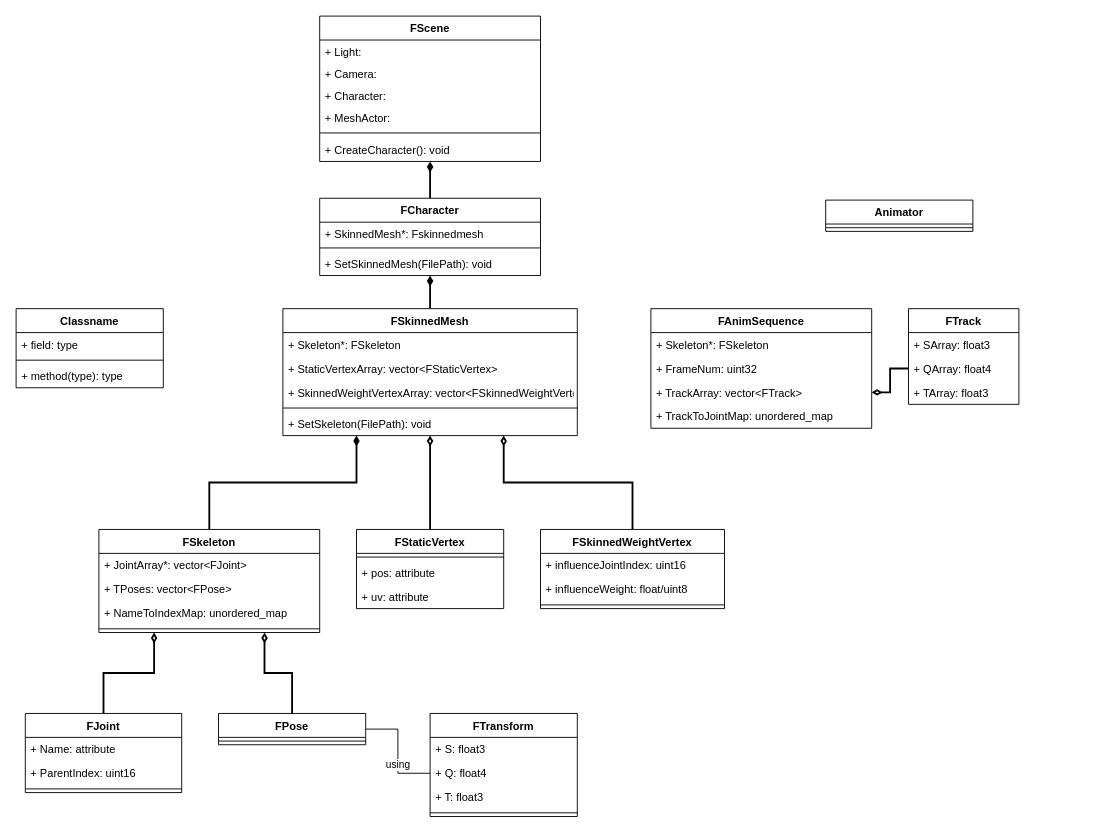
Earlier version of the draw.io diagram UML_SkeletonMesh.drawio (Mag357num/D3D12DrawMesh). Source tidied: cells renumbered, new cells numbered last; positions are measured from the earlier drawing's top-left corner, leaving out a move shared by most shapes. Both pictures are drawn from the tidied source at 92%, with x=0, y=0 at pixel (16, 16).
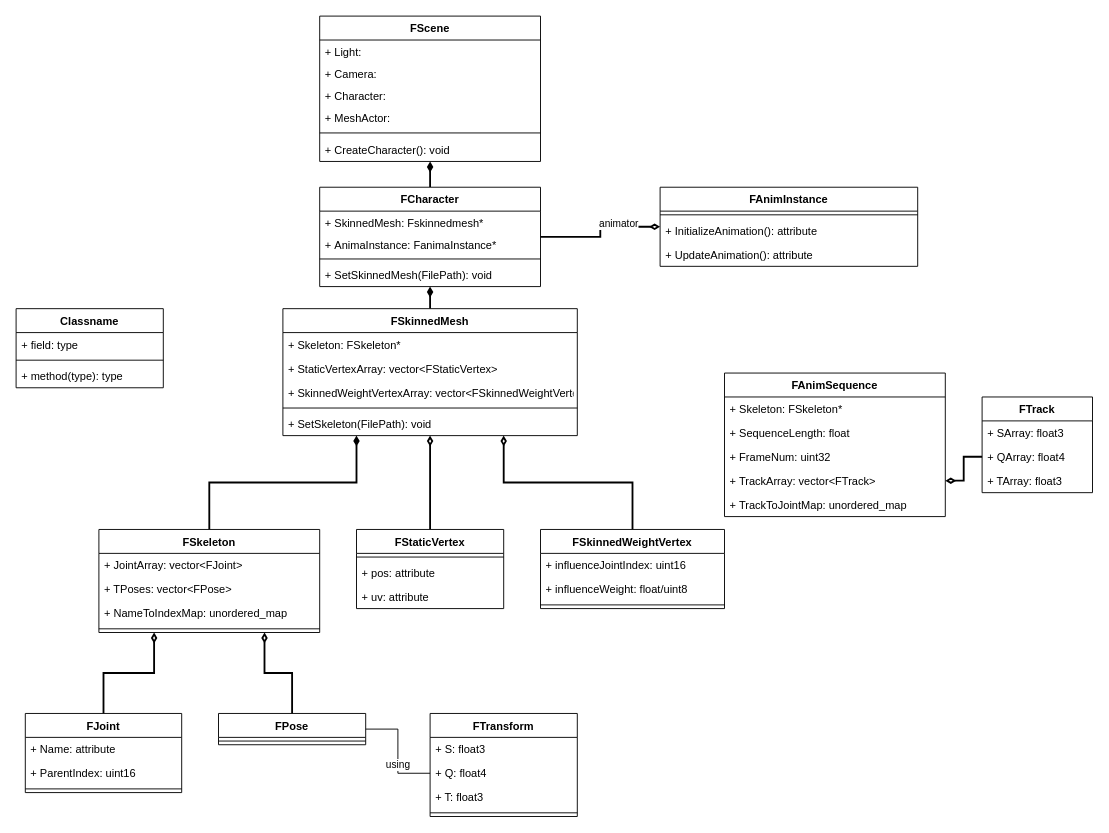
The same page after the edit.

Unchanged cells that the change refers to:
```xml
<mxCell id="13" value="FSkinnedMesh" style="swimlane;fontStyle=1;align=center;verticalAlign=top;horizontal=1;startSize=26;" parent="1" vertex="1">
  <mxGeometry x="290" y="318" width="320" height="138" as="geometry" />
</mxCell>
<mxCell id="28" value="FSkeleton" style="swimlane;fontStyle=1;align=center;verticalAlign=top;horizontal=1;startSize=26;" parent="1" vertex="1">
  <mxGeometry x="90" y="558" width="240" height="112" as="geometry" />
</mxCell>
```

What changed in the source:
```diff
@@
+    <mxCell id="68" style="edgeStyle=orthogonalEdgeStyle;rounded=0;jettySize=auto;html=1;endArrow=diamondThin;endFill=0;strokeWidth=2;" parent="1" edge="1" source="3" target="72">
+      <mxGeometry relative="1" as="geometry" />
+    </mxCell>
+    <mxCell id="69" value="animator" style="edgeLabel;html=1;align=center;verticalAlign=middle;" parent="68" vertex="1">
+      <mxGeometry x="0.35" y="4" relative="1" as="geometry" />
+    </mxCell>
     <mxCell id="3" value="FCharacter" style="swimlane;fontStyle=1;align=center;verticalAlign=top;horizontal=1;startSize=26;" parent="1" vertex="1">
-      <mxGeometry x="330" y="198" width="240" height="84" as="geometry" />
+      <mxGeometry x="330" y="186" width="240" height="108" as="geometry" />
     </mxCell>
-    <mxCell id="4" value="+ SkinnedMesh*: Fskinnedmesh" style="text;strokeColor=none;fillColor=none;align=left;verticalAlign=top;spacingLeft=4;spacingRight=4;overflow=hidden;" parent="3" vertex="1">
+    <mxCell id="4" value="+ SkinnedMesh: Fskinnedmesh*" style="text;strokeColor=none;fillColor=none;align=left;verticalAlign=top;spacingLeft=4;spacingRight=4;overflow=hidden;" parent="3" vertex="1">
       <mxGeometry y="26" width="240" height="24" as="geometry" />
     </mxCell>
+    <mxCell id="70" value="+ AnimaInstance: FanimaInstance*" style="text;strokeColor=none;fillColor=none;align=left;verticalAlign=top;spacingLeft=4;spacingRight=4;overflow=hidden;" parent="3" vertex="1">
+      <mxGeometry y="50" width="240" height="24" as="geometry" />
+    </mxCell>
     <mxCell id="5" style="line;strokeWidth=1;fillColor=none;align=left;verticalAlign=middle;spacingTop=-1;spacingLeft=3;spacingRight=3;labelPosition=right;" parent="3" vertex="1">
-      <mxGeometry y="50" width="240" height="8" as="geometry" />
+      <mxGeometry y="74" width="240" height="8" as="geometry" />
     </mxCell>
     <mxCell id="6" value="+ SetSkinnedMesh(FilePath): void" style="text;strokeColor=none;fillColor=none;align=left;verticalAlign=top;spacingLeft=4;spacingRight=4;overflow=hidden;" parent="3" vertex="1">
-      <mxGeometry y="58" width="240" height="26" as="geometry" />
+      <mxGeometry y="82" width="240" height="26" as="geometry" />
     </mxCell>
-    <mxCell id="7" value="Animator" style="swimlane;fontStyle=1;align=center;verticalAlign=top;horizontal=1;startSize=26;" parent="1" vertex="1">
-      <mxGeometry x="880" y="200" width="160" height="34" as="geometry" />
-    </mxCell>
-    <mxCell id="8" style="line;strokeWidth=1;fillColor=none;align=left;verticalAlign=middle;spacingTop=-1;spacingLeft=3;spacingRight=3;labelPosition=right;" parent="7" vertex="1">
-      <mxGeometry y="26" width="160" height="8" as="geometry" />
-    </mxCell>
@@
-    <mxCell id="14" value="+ Skeleton*: FSkeleton" style="text;strokeColor=none;fillColor=none;align=left;verticalAlign=top;spacingLeft=4;spacingRight=4;overflow=hidden;" parent="13" vertex="1">
+    <mxCell id="14" value="+ Skeleton: FSkeleton*" style="text;strokeColor=none;fillColor=none;align=left;verticalAlign=top;spacingLeft=4;spacingRight=4;overflow=hidden;" parent="13" vertex="1">
       <mxGeometry y="26" width="320" height="26" as="geometry" />
     </mxCell>
@@
-    <mxCell id="29" value="+ JointArray*: vector&lt;FJoint&gt;" style="text;strokeColor=none;fillColor=none;align=left;verticalAlign=top;spacingLeft=4;spacingRight=4;overflow=hidden;" parent="28" vertex="1">
+    <mxCell id="29" value="+ JointArray: vector&lt;FJoint&gt;" style="text;strokeColor=none;fillColor=none;align=left;verticalAlign=top;spacingLeft=4;spacingRight=4;overflow=hidden;" parent="28" vertex="1">
       <mxGeometry y="26" width="240" height="26" as="geometry" />
     </mxCell>
@@
     <mxCell id="34" value="FAnimSequence" style="swimlane;fontStyle=1;horizontal=1;startSize=26;fillColor=none;" parent="1" vertex="1">
-      <mxGeometry x="690" y="318" width="240" height="130" as="geometry" />
+      <mxGeometry x="770" y="388" width="240" height="156" as="geometry" />
     </mxCell>
-    <mxCell id="35" value="+ Skeleton*: FSkeleton" style="text;strokeColor=none;fillColor=none;align=left;verticalAlign=top;spacingLeft=4;spacingRight=4;overflow=hidden;" parent="34" vertex="1">
+    <mxCell id="35" value="+ Skeleton: FSkeleton*" style="text;strokeColor=none;fillColor=none;align=left;verticalAlign=top;spacingLeft=4;spacingRight=4;overflow=hidden;" parent="34" vertex="1">
       <mxGeometry y="26" width="240" height="26" as="geometry" />
     </mxCell>
+    <mxCell id="71" value="+ SequenceLength: float" style="text;strokeColor=none;fillColor=none;align=left;verticalAlign=top;spacingLeft=4;spacingRight=4;overflow=hidden;" parent="34" vertex="1">
+      <mxGeometry y="52" width="240" height="26" as="geometry" />
+    </mxCell>
     <mxCell id="36" value="+ FrameNum: uint32" style="text;strokeColor=none;fillColor=none;align=left;verticalAlign=top;spacingLeft=4;spacingRight=4;overflow=hidden;" parent="34" vertex="1">
-      <mxGeometry y="52" width="240" height="26" as="geometry" />
+      <mxGeometry y="78" width="240" height="26" as="geometry" />
     </mxCell>
     <mxCell id="37" value="+ TrackArray: vector&lt;FTrack&gt;" style="text;strokeColor=none;fillColor=none;align=left;verticalAlign=top;spacingLeft=4;spacingRight=4;overflow=hidden;points=[[0,0.5],[1,0.5]];portConstraint=eastwest;" parent="34" vertex="1">
-      <mxGeometry y="78" width="240" height="26" as="geometry" />
+      <mxGeometry y="104" width="240" height="26" as="geometry" />
     </mxCell>
     <mxCell id="38" value="+ TrackToJointMap: unordered_map" style="text;strokeColor=none;fillColor=none;align=left;verticalAlign=top;spacingLeft=4;spacingRight=4;overflow=hidden;" parent="34" vertex="1">
-      <mxGeometry y="104" width="240" height="26" as="geometry" />
+      <mxGeometry y="130" width="240" height="26" as="geometry" />
     </mxCell>
     <mxCell id="39" value="FTrack" style="swimlane;fontStyle=1;horizontal=1;startSize=26;fillColor=none;" parent="1" vertex="1">
-      <mxGeometry x="970" y="318" width="120" height="104" as="geometry" />
+      <mxGeometry x="1050" y="414" width="120" height="104" as="geometry" />
     </mxCell>
@@
+    <mxCell id="72" value="FAnimInstance&#10;" style="swimlane;fontStyle=1;align=center;verticalAlign=top;horizontal=1;startSize=26;" parent="1" vertex="1">
+      <mxGeometry x="700" y="186" width="280" height="86" as="geometry" />
+    </mxCell>
+    <mxCell id="73" style="line;strokeWidth=1;fillColor=none;align=left;verticalAlign=middle;spacingTop=-1;spacingLeft=3;spacingRight=3;labelPosition=right;" parent="72" vertex="1">
+      <mxGeometry y="26" width="280" height="8" as="geometry" />
+    </mxCell>
+    <mxCell id="74" value="+ InitializeAnimation(): attribute" style="text;strokeColor=none;fillColor=none;align=left;verticalAlign=top;spacingLeft=4;spacingRight=4;overflow=hidden;" parent="72" vertex="1">
+      <mxGeometry y="34" width="280" height="26" as="geometry" />
+    </mxCell>
+    <mxCell id="75" value="+ UpdateAnimation(): attribute" style="text;strokeColor=none;fillColor=none;align=left;verticalAlign=top;spacingLeft=4;spacingRight=4;overflow=hidden;" parent="72" vertex="1">
+      <mxGeometry y="60" width="280" height="26" as="geometry" />
+    </mxCell>
```
